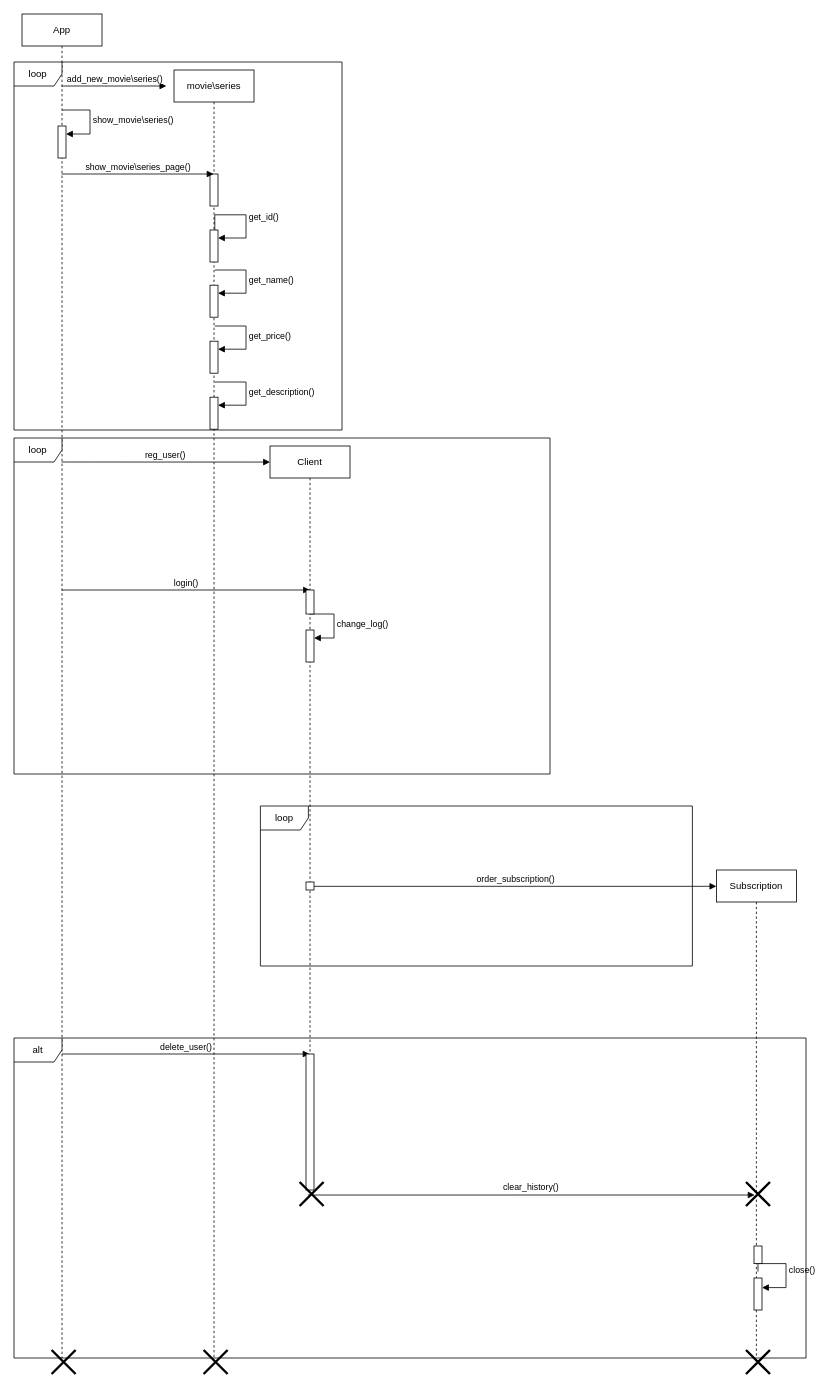
KarimFaik/MSSS keeps this draw.io diagram as 3(posledstviya).drawio. Above is the earlier version. Source tidied: cells renumbered, new cells numbered last; positions are measured from the earlier drawing's top-left corner, leaving out a move shared by most shapes. Both pictures are drawn from the tidied source at 80%, with x=0, y=0 at pixel (14, 14).
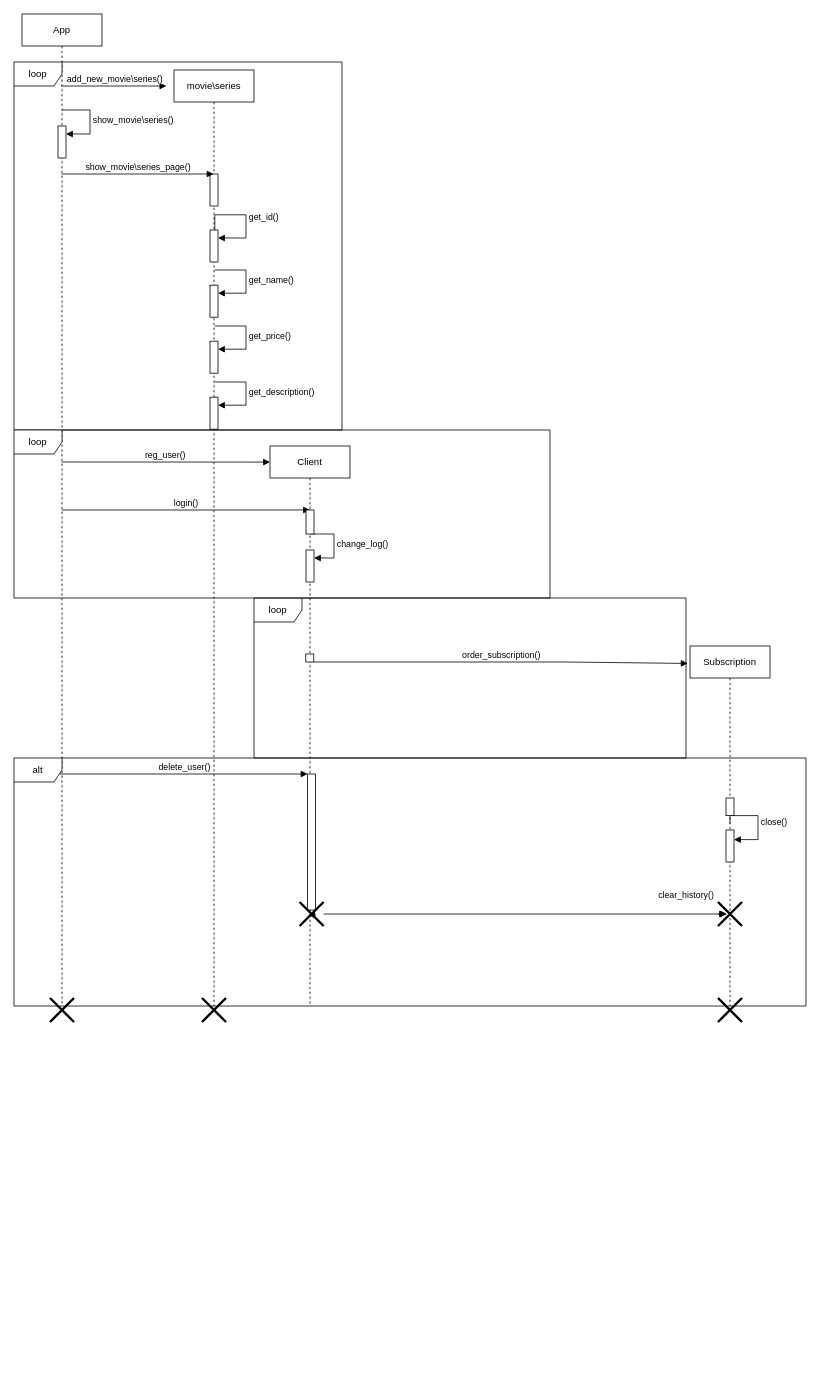
The same diagram, later.

The edit, as a diff of the source:
```diff
@@
     <mxCell id="2" value="App" style="shape=umlLifeline;perimeter=lifelinePerimeter;whiteSpace=wrap;html=1;outlineConnect=0;portConstraint=eastwest;newEdgeStyle={&quot;curved&quot;:0,&quot;rounded&quot;:0};" parent="1" vertex="1">
-      <mxGeometry x="10" width="100" height="1680" as="geometry" />
+      <mxGeometry x="10" width="100" height="1240" as="geometry" />
     </mxCell>
@@
     <mxCell id="4" style="shape=umlDestroy;whiteSpace=wrap;html=1;strokeWidth=3;targetShapes=umlLifeline;" parent="2" vertex="1">
-      <mxGeometry x="37" y="1670" width="30" height="30" as="geometry" />
+      <mxGeometry x="35" y="1230" width="30" height="30" as="geometry" />
     </mxCell>
     <mxCell id="5" value="movie\series" style="shape=umlLifeline;perimeter=lifelinePerimeter;whiteSpace=wrap;html=1;outlineConnect=0;portConstraint=eastwest;newEdgeStyle={&quot;curved&quot;:0,&quot;rounded&quot;:0};" parent="1" vertex="1">
-      <mxGeometry x="200" y="70" width="100" height="1610" as="geometry" />
+      <mxGeometry x="200" y="70" width="100" height="1170" as="geometry" />
     </mxCell>
@@
     <mxCell id="15" style="shape=umlDestroy;whiteSpace=wrap;html=1;strokeWidth=3;targetShapes=umlLifeline;" parent="5" vertex="1">
-      <mxGeometry x="37" y="1600" width="30" height="30" as="geometry" />
+      <mxGeometry x="35" y="1160" width="30" height="30" as="geometry" />
     </mxCell>
     <mxCell id="16" value="Client" style="shape=umlLifeline;perimeter=lifelinePerimeter;whiteSpace=wrap;html=1;newEdgeStyle={&quot;curved&quot;:0,&quot;rounded&quot;:0};" parent="1" vertex="1">
-      <mxGeometry x="320" y="540" width="100" height="930" as="geometry" />
+      <mxGeometry x="320" y="540" width="100" height="700" as="geometry" />
     </mxCell>
     <mxCell id="17" style="html=1;points=[[0,0,0,0,5],[0,1,0,0,-5],[1,0,0,0,5],[1,1,0,0,-5]];perimeter=orthogonalPerimeter;outlineConnect=0;targetShapes=umlLifeline;portConstraint=eastwest;newEdgeStyle={&quot;curved&quot;:0,&quot;rounded&quot;:0};" parent="16" vertex="1">
-      <mxGeometry x="45" y="230" width="10" height="40" as="geometry" />
+      <mxGeometry x="45" y="130" width="10" height="40" as="geometry" />
     </mxCell>
     <mxCell id="18" value="change_log()" style="html=1;align=left;spacingLeft=2;endArrow=block;rounded=0;edgeStyle=orthogonalEdgeStyle;curved=0;rounded=0;" parent="16" edge="1" target="17">
       <mxGeometry relative="1" as="geometry">
-        <mxPoint x="50" y="210" as="sourcePoint" />
+        <mxPoint x="50" y="110" as="sourcePoint" />
         <Array as="points">
-          <mxPoint x="80" y="240" />
+          <mxPoint x="80" y="140" />
         </Array>
       </mxGeometry>
     </mxCell>
+    <mxCell id="39" style="edgeStyle=orthogonalEdgeStyle;rounded=0;orthogonalLoop=1;jettySize=auto;html=1;curved=0;exitX=1;exitY=0;exitDx=0;exitDy=5;exitPerimeter=0;" parent="16" edge="1" source="41" target="41">
+      <mxGeometry relative="1" as="geometry" />
+    </mxCell>
+    <mxCell id="40" style="html=1;verticalAlign=bottom;endArrow=block;curved=0;rounded=0;entryX=0;entryY=0.017;entryDx=0;entryDy=0;entryPerimeter=0;" parent="16" edge="1" target="41">
+      <mxGeometry relative="1" as="geometry">
+        <mxPoint x="47.7" y="265" as="sourcePoint" />
+      </mxGeometry>
+    </mxCell>
+    <mxCell id="41" style="html=1;points=[[0,0,0,0,5],[0,1,0,0,-5],[1,0,0,0,5],[1,1,0,0,-5]];perimeter=orthogonalPerimeter;outlineConnect=0;targetShapes=umlLifeline;portConstraint=eastwest;newEdgeStyle={&quot;curved&quot;:0,&quot;rounded&quot;:0};" parent="16" vertex="1">
+      <mxGeometry x="44.7" y="260" width="10" height="10" as="geometry" />
+    </mxCell>
     <mxCell id="19" value="Subscription" style="shape=umlLifeline;perimeter=lifelinePerimeter;whiteSpace=wrap;html=1;newEdgeStyle={&quot;curved&quot;:0,&quot;rounded&quot;:0};" parent="1" vertex="1">
-      <mxGeometry x="878" y="1070" width="100" height="610" as="geometry" />
+      <mxGeometry x="845" y="790" width="100" height="450" as="geometry" />
     </mxCell>
     <mxCell id="20" value="close()" style="html=1;align=left;spacingLeft=2;endArrow=block;rounded=0;edgeStyle=orthogonalEdgeStyle;curved=0;rounded=0;" parent="19" edge="1">
       <mxGeometry relative="1" as="geometry">
-        <mxPoint x="52" y="502" as="sourcePoint" />
-        <mxPoint x="57" y="522" as="targetPoint" />
+        <mxPoint x="50" y="222" as="sourcePoint" />
+        <mxPoint x="55" y="242" as="targetPoint" />
         <Array as="points">
-          <mxPoint x="52" y="492" />
-          <mxPoint x="87" y="492" />
-          <mxPoint x="87" y="522" />
+          <mxPoint x="50" y="212" />
+          <mxPoint x="85" y="212" />
+          <mxPoint x="85" y="242" />
         </Array>
       </mxGeometry>
     </mxCell>
     <mxCell id="21" style="html=1;perimeter=orthogonalPerimeter;targetShapes=umlLifeline;newEdgeStyle={&quot;curved&quot;:0,&quot;rounded&quot;:0};" parent="19" vertex="1">
-      <mxGeometry x="47" y="470" width="10" height="22" as="geometry" />
+      <mxGeometry x="45" y="190" width="10" height="22" as="geometry" />
     </mxCell>
     <mxCell id="22" style="html=1;perimeter=orthogonalPerimeter;targetShapes=umlLifeline;newEdgeStyle={&quot;curved&quot;:0,&quot;rounded&quot;:0};" parent="19" vertex="1">
-      <mxGeometry x="47" y="510" width="10" height="40" as="geometry" />
+      <mxGeometry x="45" y="230" width="10" height="40" as="geometry" />
     </mxCell>
+    <mxCell id="36" style="shape=umlDestroy;whiteSpace=wrap;html=1;strokeWidth=3;targetShapes=umlLifeline;" parent="19" vertex="1">
+      <mxGeometry x="35" y="440" width="30" height="30" as="geometry" />
+    </mxCell>
@@
-    <mxCell id="26" value="order_subscription()" style="html=1;verticalAlign=bottom;endArrow=block;curved=0;rounded=0;entryX=0;entryY=0.017;entryDx=0;entryDy=0;entryPerimeter=0;" parent="1" edge="1" source="41">
+    <mxCell id="26" value="order_subscription()" style="html=1;verticalAlign=bottom;endArrow=block;curved=0;rounded=0;entryX=1.004;entryY=0.409;entryDx=0;entryDy=0;entryPerimeter=0;" parent="1" edge="1" target="27">
       <mxGeometry relative="1" as="geometry">
-        <mxPoint x="878" y="1090.4" as="targetPoint" />
+        <mxPoint x="375" y="810" as="sourcePoint" />
+        <Array as="points">
+          <mxPoint x="690" y="810" />
+        </Array>
       </mxGeometry>
     </mxCell>
     <mxCell id="27" value="loop" style="shape=umlFrame;whiteSpace=wrap;html=1;" parent="1" vertex="1">
-      <mxGeometry x="308" y="990" width="540" height="200" as="geometry" />
+      <mxGeometry x="300" y="730" width="540" height="200" as="geometry" />
     </mxCell>
     <mxCell id="28" value="loop" style="shape=umlFrame;whiteSpace=wrap;html=1;" parent="1" vertex="1">
-      <mxGeometry y="530" width="670" height="420" as="geometry" />
+      <mxGeometry y="520" width="670" height="210" as="geometry" />
     </mxCell>
@@
     <mxCell id="31" value="login()" style="html=1;verticalAlign=bottom;endArrow=block;curved=0;rounded=0;" parent="1" edge="1">
       <mxGeometry relative="1" as="geometry">
-        <mxPoint x="59.6" y="720" as="sourcePoint" />
-        <mxPoint x="370" y="720" as="targetPoint" />
+        <mxPoint x="59.6" y="620" as="sourcePoint" />
+        <mxPoint x="370" y="620" as="targetPoint" />
       </mxGeometry>
     </mxCell>
     <mxCell id="32" value="delete_user()" style="html=1;verticalAlign=bottom;endArrow=block;curved=0;rounded=0;" parent="1" edge="1">
       <mxGeometry relative="1" as="geometry">
-        <mxPoint x="60" y="1300" as="sourcePoint" />
-        <mxPoint x="369.5" y="1300" as="targetPoint" />
+        <mxPoint x="57.5" y="950" as="sourcePoint" />
+        <mxPoint x="367" y="950" as="targetPoint" />
       </mxGeometry>
     </mxCell>
     <mxCell id="33" value="alt" style="shape=umlFrame;whiteSpace=wrap;html=1;" parent="1" vertex="1">
-      <mxGeometry y="1280" width="990" height="400" as="geometry" />
+      <mxGeometry y="930" width="990" height="310" as="geometry" />
     </mxCell>
-    <mxCell id="34" value="clear_history()" style="html=1;verticalAlign=bottom;endArrow=block;curved=0;rounded=0;entryX=0.361;entryY=0.542;entryDx=0;entryDy=0;entryPerimeter=0;" parent="1" edge="1" target="35">
-      <mxGeometry relative="1" as="geometry">
-        <mxPoint x="367.2" y="1476.3" as="sourcePoint" />
+    <mxCell id="34" value="clear_history()" style="html=1;verticalAlign=bottom;endArrow=block;curved=0;rounded=0;" parent="1" edge="1" source="35">
+      <mxGeometry x="-1" y="43" relative="1" as="geometry">
+        <mxPoint x="890" y="1125" as="targetPoint" />
+        <mxPoint x="-40" y="28" as="offset" />
       </mxGeometry>
     </mxCell>
-    <mxCell id="35" style="shape=umlDestroy;whiteSpace=wrap;html=1;strokeWidth=3;targetShapes=umlLifeline;" parent="1" vertex="1">
-      <mxGeometry x="915" y="1460" width="30" height="30" as="geometry" />
-    </mxCell>
-    <mxCell id="36" style="shape=umlDestroy;whiteSpace=wrap;html=1;strokeWidth=3;targetShapes=umlLifeline;" parent="1" vertex="1">
-      <mxGeometry x="915" y="1670" width="30" height="30" as="geometry" />
-    </mxCell>
     <mxCell id="37" style="html=1;perimeter=orthogonalPerimeter;targetShapes=umlLifeline;newEdgeStyle={&quot;curved&quot;:0,&quot;rounded&quot;:0};" parent="1" vertex="1">
-      <mxGeometry x="365" y="1300" width="10" height="170" as="geometry" />
+      <mxGeometry x="367" y="950" width="10" height="170" as="geometry" />
     </mxCell>
     <mxCell id="38" style="html=1;perimeter=orthogonalPerimeter;targetShapes=umlLifeline;newEdgeStyle={&quot;curved&quot;:0,&quot;rounded&quot;:0};" parent="1" vertex="1">
-      <mxGeometry x="365" y="720" width="10" height="30" as="geometry" />
+      <mxGeometry x="365" y="620" width="10" height="30" as="geometry" />
     </mxCell>
-    <mxCell id="39" style="edgeStyle=orthogonalEdgeStyle;rounded=0;orthogonalLoop=1;jettySize=auto;html=1;curved=0;exitX=1;exitY=0;exitDx=0;exitDy=5;exitPerimeter=0;" parent="1" edge="1" source="41" target="41">
-      <mxGeometry relative="1" as="geometry" />
-    </mxCell>
-    <mxCell id="40" style="html=1;verticalAlign=bottom;endArrow=block;curved=0;rounded=0;entryX=0;entryY=0.017;entryDx=0;entryDy=0;entryPerimeter=0;" parent="1" edge="1" target="41">
-      <mxGeometry relative="1" as="geometry">
-        <mxPoint x="368" y="1090" as="sourcePoint" />
-      </mxGeometry>
-    </mxCell>
-    <mxCell id="41" style="html=1;points=[[0,0,0,0,5],[0,1,0,0,-5],[1,0,0,0,5],[1,1,0,0,-5]];perimeter=orthogonalPerimeter;outlineConnect=0;targetShapes=umlLifeline;portConstraint=eastwest;newEdgeStyle={&quot;curved&quot;:0,&quot;rounded&quot;:0};" parent="1" vertex="1">
-      <mxGeometry x="365" y="1085" width="10" height="10" as="geometry" />
-    </mxCell>
+    <mxCell id="43" style="html=1;verticalAlign=bottom;endArrow=block;curved=0;rounded=0;entryX=0.361;entryY=0.542;entryDx=0;entryDy=0;entryPerimeter=0;" parent="1" edge="1" target="42">
+      <mxGeometry relative="1" as="geometry">
+        <mxPoint x="377.2" y="1126.3" as="sourcePoint" />
+      </mxGeometry>
+    </mxCell>
     <mxCell id="42" style="shape=umlDestroy;whiteSpace=wrap;html=1;strokeWidth=3;targetShapes=umlLifeline;" parent="1" vertex="1">
-      <mxGeometry x="357" y="1460" width="30" height="30" as="geometry" />
+      <mxGeometry x="357" y="1110" width="30" height="30" as="geometry" />
     </mxCell>
+    <mxCell id="44" style="html=1;verticalAlign=bottom;endArrow=block;curved=0;rounded=0;entryX=0.378;entryY=0.5;entryDx=0;entryDy=0;entryPerimeter=0;" parent="1" edge="1" source="42" target="35">
+      <mxGeometry relative="1" as="geometry" />
+    </mxCell>
+    <mxCell id="35" style="shape=umlDestroy;whiteSpace=wrap;html=1;strokeWidth=3;targetShapes=umlLifeline;" parent="1" vertex="1">
+      <mxGeometry x="880" y="1110" width="30" height="30" as="geometry" />
+    </mxCell>
```
